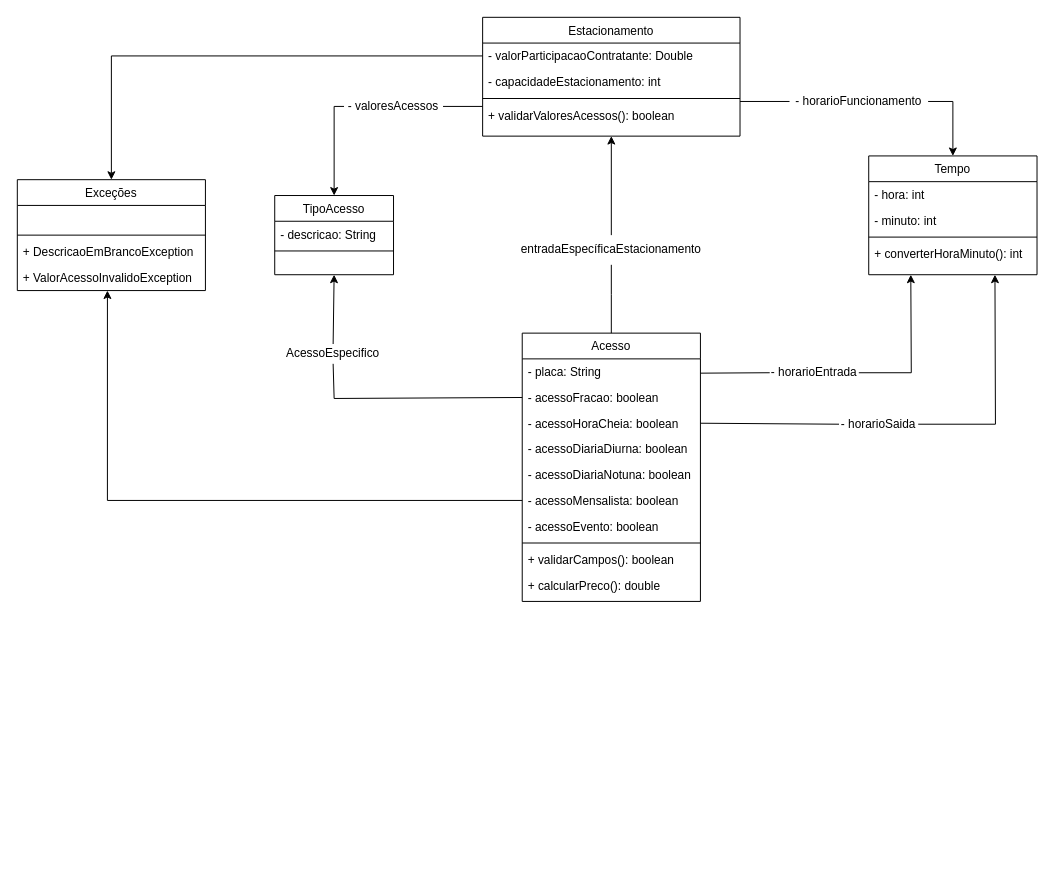
Earlier version of the draw.io diagram diagramas/diagrama-classes.drawio (rodwendrel/orientacao-objetos). Source tidied: cells renumbered, new cells numbered last; positions are measured from the earlier drawing's top-left corner, leaving out a move shared by most shapes. Both pictures are drawn from the tidied source at 99%, with x=0, y=0 at pixel (17, 17).
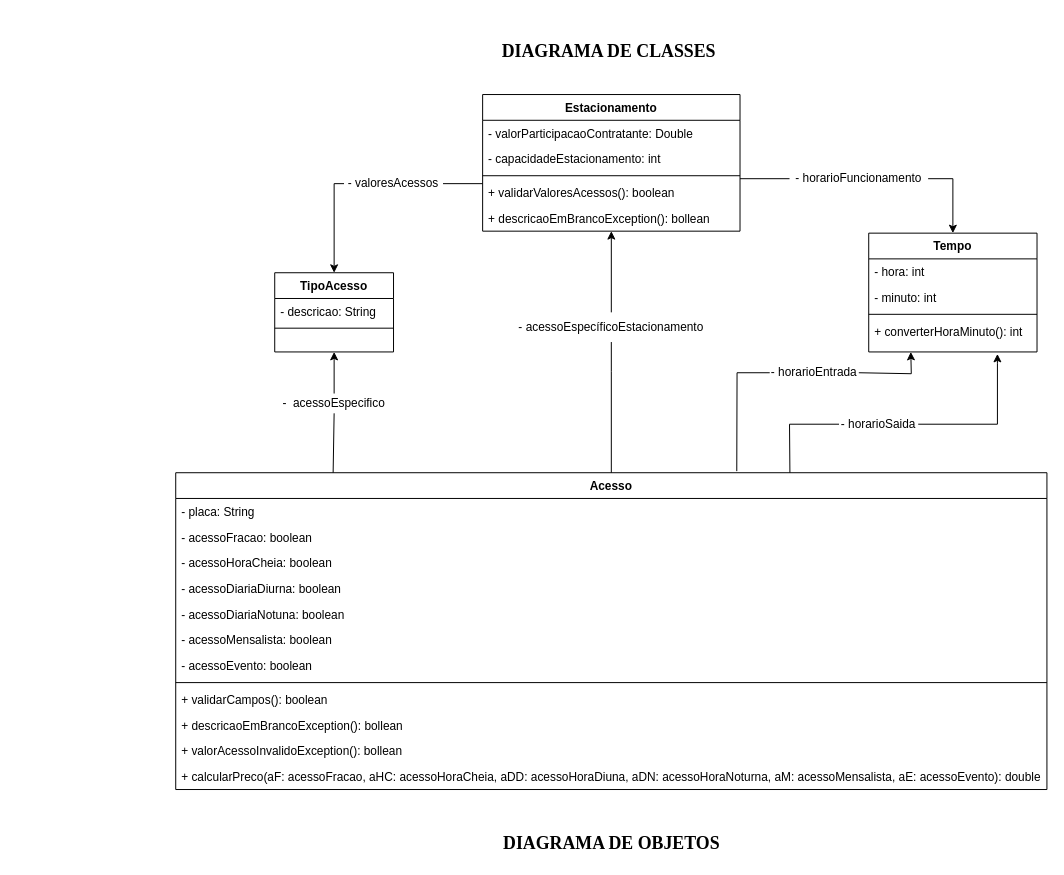
The same page after the edit.

The change refers to these unchanged cells:
```xml
<mxCell id="3" value="- valorParticipacaoContratante: Double" style="text;align=left;verticalAlign=top;spacingLeft=4;spacingRight=4;overflow=hidden;points=[[0,0.5],[1,0.5]];portConstraint=eastwest;rounded=0;shadow=0;html=0;" parent="2" vertex="1">
  <mxGeometry y="26" width="260" height="26" as="geometry" />
</mxCell>
<mxCell id="44" value="&lt;div&gt;- horarioEntrada&lt;/div&gt;" style="text;html=1;strokeColor=none;fillColor=none;align=center;verticalAlign=middle;whiteSpace=wrap;rounded=0;" parent="1" vertex="1">
  <mxGeometry x="760" y="344" width="90" height="30" as="geometry" />
</mxCell>
<mxCell id="46" value="- horarioSaida" style="text;html=1;strokeColor=none;fillColor=none;align=center;verticalAlign=middle;whiteSpace=wrap;rounded=0;" parent="1" vertex="1">
  <mxGeometry x="830" y="396" width="80" height="30" as="geometry" />
</mxCell>
```

Diff of the diagram source:
```diff
@@
-    <mxCell id="2" value="Estacionamento" style="swimlane;fontStyle=0;align=center;verticalAlign=top;horizontal=1;startSize=26;rounded=0;shadow=0;strokeWidth=1;" parent="1" vertex="1">
-      <mxGeometry x="470" width="260" height="120" as="geometry" />
+    <mxCell id="2" value="Estacionamento" style="swimlane;fontStyle=1;align=center;verticalAlign=top;horizontal=1;startSize=26;rounded=0;shadow=0;strokeWidth=1;" parent="1" vertex="1">
+      <mxGeometry x="470" y="78" width="260" height="138" as="geometry" />
     </mxCell>
@@
+    <mxCell id="52" value="+ descricaoEmBrancoException(): bollean" style="text;align=left;verticalAlign=top;spacingLeft=4;spacingRight=4;overflow=hidden;" parent="2" vertex="1">
+      <mxGeometry y="112" width="260" height="26" as="geometry" />
+    </mxCell>
-    <mxCell id="7" value="Acesso" style="swimlane;fontStyle=0;align=center;verticalAlign=top;horizontal=1;startSize=26;rounded=0;shadow=0;strokeWidth=1;" parent="1" vertex="1">
-      <mxGeometry x="510" y="319" width="180" height="271" as="geometry" />
+    <mxCell id="7" value="Acesso" style="swimlane;fontStyle=1;align=center;verticalAlign=top;horizontal=1;startSize=26;rounded=0;shadow=0;strokeWidth=1;" parent="1" vertex="1">
+      <mxGeometry x="160" y="460" width="880" height="320" as="geometry" />
     </mxCell>
     <mxCell id="8" value="- placa: String" style="text;align=left;verticalAlign=top;spacingLeft=4;spacingRight=4;overflow=hidden;points=[[0,0.5],[1,0.5]];portConstraint=eastwest;" parent="7" vertex="1">
-      <mxGeometry y="26" width="180" height="26" as="geometry" />
+      <mxGeometry y="26" width="880" height="26" as="geometry" />
     </mxCell>
     <mxCell id="9" value="- acessoFracao: boolean" style="text;align=left;verticalAlign=top;spacingLeft=4;spacingRight=4;overflow=hidden;" parent="7" vertex="1">
-      <mxGeometry y="52" width="180" height="26" as="geometry" />
+      <mxGeometry y="52" width="880" height="26" as="geometry" />
     </mxCell>
     <mxCell id="10" value="- acessoHoraCheia: boolean" style="text;align=left;verticalAlign=top;spacingLeft=4;spacingRight=4;overflow=hidden;" parent="7" vertex="1">
-      <mxGeometry y="78" width="180" height="26" as="geometry" />
+      <mxGeometry y="78" width="880" height="26" as="geometry" />
     </mxCell>
     <mxCell id="11" value="- acessoDiariaDiurna: boolean" style="text;align=left;verticalAlign=top;spacingLeft=4;spacingRight=4;overflow=hidden;" parent="7" vertex="1">
-      <mxGeometry y="104" width="180" height="26" as="geometry" />
+      <mxGeometry y="104" width="880" height="26" as="geometry" />
     </mxCell>
     <mxCell id="12" value="- acessoDiariaNotuna: boolean" style="text;align=left;verticalAlign=top;spacingLeft=4;spacingRight=4;overflow=hidden;" parent="7" vertex="1">
-      <mxGeometry y="130" width="180" height="26" as="geometry" />
+      <mxGeometry y="130" width="880" height="26" as="geometry" />
     </mxCell>
     <mxCell id="13" value="- acessoMensalista: boolean" style="text;align=left;verticalAlign=top;spacingLeft=4;spacingRight=4;overflow=hidden;points=[[0,0.5],[1,0.5]];portConstraint=eastwest;" parent="7" vertex="1">
-      <mxGeometry y="156" width="180" height="26" as="geometry" />
+      <mxGeometry y="156" width="880" height="26" as="geometry" />
     </mxCell>
     <mxCell id="14" value="- acessoEvento: boolean" style="text;align=left;verticalAlign=top;spacingLeft=4;spacingRight=4;overflow=hidden;" parent="7" vertex="1">
-      <mxGeometry y="182" width="180" height="26" as="geometry" />
+      <mxGeometry y="182" width="880" height="26" as="geometry" />
     </mxCell>
     <mxCell id="15" style="line;html=1;strokeWidth=1;align=left;verticalAlign=middle;spacingTop=-1;spacingLeft=3;spacingRight=3;labelPosition=right;" parent="7" vertex="1">
-      <mxGeometry y="208" width="180" height="8" as="geometry" />
+      <mxGeometry y="208" width="880" height="8" as="geometry" />
     </mxCell>
     <mxCell id="16" value="+ validarCampos(): boolean" style="text;align=left;verticalAlign=top;spacingLeft=4;spacingRight=4;overflow=hidden;" parent="7" vertex="1">
-      <mxGeometry y="216" width="180" height="26" as="geometry" />
+      <mxGeometry y="216" width="880" height="26" as="geometry" />
     </mxCell>
+    <mxCell id="53" value="+ descricaoEmBrancoException(): bollean" style="text;align=left;verticalAlign=top;spacingLeft=4;spacingRight=4;overflow=hidden;" parent="7" vertex="1">
+      <mxGeometry y="242" width="880" height="26" as="geometry" />
+    </mxCell>
+    <mxCell id="54" value="+ valorAcessoInvalidoException(): bollean" style="text;align=left;verticalAlign=top;spacingLeft=4;spacingRight=4;overflow=hidden;" parent="7" vertex="1">
+      <mxGeometry y="268" width="880" height="26" as="geometry" />
+    </mxCell>
-    <mxCell id="17" value="+ calcularPreco(): double" style="text;align=left;verticalAlign=top;spacingLeft=4;spacingRight=4;overflow=hidden;" parent="7" vertex="1">
-      <mxGeometry y="242" width="180" height="26" as="geometry" />
+    <mxCell id="17" value="+ calcularPreco(aF: acessoFracao, aHC: acessoHoraCheia, aDD: acessoHoraDiuna, aDN: acessoHoraNoturna, aM: acessoMensalista, aE: acessoEvento): double" style="text;align=left;verticalAlign=top;spacingLeft=4;spacingRight=4;overflow=hidden;" parent="7" vertex="1">
+      <mxGeometry y="294" width="880" height="26" as="geometry" />
     </mxCell>
-    <mxCell id="18" value="Exceções" style="swimlane;fontStyle=0;align=center;verticalAlign=top;horizontal=1;startSize=26;rounded=0;shadow=0;strokeWidth=1;" parent="1" vertex="1">
-      <mxGeometry y="164" width="190" height="112" as="geometry" />
-    </mxCell>
-    <mxCell id="19" value=" " style="text;align=left;verticalAlign=top;spacingLeft=4;spacingRight=4;overflow=hidden;" parent="18" vertex="1">
-      <mxGeometry y="26" width="190" height="26" as="geometry" />
-    </mxCell>
-    <mxCell id="20" style="line;html=1;strokeWidth=1;align=left;verticalAlign=middle;spacingTop=-1;spacingLeft=3;spacingRight=3;labelPosition=right;" parent="18" vertex="1">
-      <mxGeometry y="52" width="190" height="8" as="geometry" />
-    </mxCell>
-    <mxCell id="21" value="+ DescricaoEmBrancoException" style="text;align=left;verticalAlign=top;spacingLeft=4;spacingRight=4;overflow=hidden;" parent="18" vertex="1">
-      <mxGeometry y="60" width="190" height="26" as="geometry" />
-    </mxCell>
-    <mxCell id="22" value="+ ValorAcessoInvalidoException" style="text;align=left;verticalAlign=top;spacingLeft=4;spacingRight=4;overflow=hidden;points=[[0,0.5],[1,0.5]];portConstraint=eastwest;" parent="18" vertex="1">
-      <mxGeometry y="86" width="190" height="26" as="geometry" />
-    </mxCell>
-    <mxCell id="23" value="Tempo" style="swimlane;fontStyle=0;align=center;verticalAlign=top;horizontal=1;startSize=26;rounded=0;shadow=0;strokeWidth=1;" parent="1" vertex="1">
-      <mxGeometry x="860" y="140" width="170" height="120" as="geometry" />
+    <mxCell id="23" value="Tempo" style="swimlane;fontStyle=1;align=center;verticalAlign=top;horizontal=1;startSize=26;rounded=0;shadow=0;strokeWidth=1;" parent="1" vertex="1">
+      <mxGeometry x="860" y="218" width="170" height="120" as="geometry" />
     </mxCell>
@@
     <mxCell id="28" style="endArrow=none;html=1;rounded=0;exitX=0;exitY=0.5;exitDx=0;exitDy=0;" parent="1" edge="1" source="29">
       <mxGeometry relative="1" as="geometry">
-        <mxPoint x="730" y="85" as="targetPoint" />
+        <mxPoint x="730" y="163" as="targetPoint" />
       </mxGeometry>
     </mxCell>
     <mxCell id="29" value="- horarioFuncionamento" style="text;html=1;strokeColor=none;fillColor=none;align=center;verticalAlign=middle;whiteSpace=wrap;rounded=0;" parent="1" vertex="1">
-      <mxGeometry x="780" y="75" width="140" height="20" as="geometry" />
+      <mxGeometry x="780" y="153" width="140" height="20" as="geometry" />
     </mxCell>
     <mxCell id="30" value="- valoresAcessos" style="text;html=1;strokeColor=none;fillColor=none;align=center;verticalAlign=middle;whiteSpace=wrap;rounded=0;" parent="1" vertex="1">
-      <mxGeometry x="330" y="75" width="100" height="30" as="geometry" />
+      <mxGeometry x="330" y="153" width="100" height="30" as="geometry" />
     </mxCell>
     <mxCell id="31" style="endArrow=none;html=1;rounded=0;exitX=1;exitY=0.5;exitDx=0;exitDy=0;" parent="1" edge="1" source="30">
       <mxGeometry relative="1" as="geometry">
-        <mxPoint x="470" y="90" as="targetPoint" />
+        <mxPoint x="470" y="168" as="targetPoint" />
       </mxGeometry>
     </mxCell>
-    <mxCell id="32" value="entradaEspecíficaEstacionamento" style="text;html=1;strokeColor=none;fillColor=none;align=center;verticalAlign=middle;whiteSpace=wrap;rounded=0;" parent="1" vertex="1">
-      <mxGeometry x="570" y="220" width="60" height="30" as="geometry" />
+    <mxCell id="32" value="- acessoEspecíficoEstacionamento" style="text;html=1;strokeColor=none;fillColor=none;align=center;verticalAlign=middle;whiteSpace=wrap;rounded=0;" parent="1" vertex="1">
+      <mxGeometry x="500" y="298" width="200" height="30" as="geometry" />
     </mxCell>
-    <mxCell id="33" value="AcessoEspecifico" style="text;html=1;strokeColor=none;fillColor=none;align=center;verticalAlign=middle;whiteSpace=wrap;rounded=0;" parent="1" vertex="1">
-      <mxGeometry x="289" y="330" width="60" height="20" as="geometry" />
+    <mxCell id="33" value="-&amp;nbsp; acessoEspecifico" style="text;html=1;strokeColor=none;fillColor=none;align=center;verticalAlign=middle;whiteSpace=wrap;rounded=0;" parent="1" vertex="1">
+      <mxGeometry x="265" y="380" width="110" height="20" as="geometry" />
     </mxCell>
     <mxCell id="34" style="endArrow=none;html=1;rounded=0;entryX=0.5;entryY=0;entryDx=0;entryDy=0;exitX=0.5;exitY=1;exitDx=0;exitDy=0;" parent="1" edge="1" source="32" target="7">
       <mxGeometry relative="1" as="geometry">
         <Array as="points">
-          <mxPoint x="600" y="280" />
+          <mxPoint x="600" y="358" />
         </Array>
       </mxGeometry>
     </mxCell>
@@
-    <mxCell id="36" style="endArrow=none;html=1;rounded=0;entryX=0.5;entryY=1;entryDx=0;entryDy=0;exitX=0;exitY=0.5;exitDx=0;exitDy=0;" parent="1" edge="1" target="33">
+    <mxCell id="36" style="endArrow=none;html=1;rounded=0;entryX=0.5;entryY=1;entryDx=0;entryDy=0;" parent="1" edge="1" target="33">
       <mxGeometry relative="1" as="geometry">
-        <mxPoint x="510" y="384" as="sourcePoint" />
-        <Array as="points">
-          <mxPoint x="320" y="385" />
-        </Array>
+        <mxPoint x="319" y="460" as="sourcePoint" />
       </mxGeometry>
     </mxCell>
@@
-    <mxCell id="38" value="TipoAcesso" style="swimlane;fontStyle=0;align=center;verticalAlign=top;horizontal=1;startSize=26;rounded=0;shadow=0;strokeWidth=1;" parent="1" vertex="1">
-      <mxGeometry x="260" y="180" width="120" height="80" as="geometry" />
+    <mxCell id="38" value="TipoAcesso" style="swimlane;fontStyle=1;align=center;verticalAlign=top;horizontal=1;startSize=26;rounded=0;shadow=0;strokeWidth=1;" parent="1" vertex="1">
+      <mxGeometry x="260" y="258" width="120" height="80" as="geometry" />
     </mxCell>
@@
     <mxCell id="42" style="endArrow=classic;html=1;rounded=0;exitX=1;exitY=0.5;exitDx=0;exitDy=0;entryX=0.25;entryY=1;entryDx=0;entryDy=0;" parent="1" edge="1" source="44" target="23">
       <mxGeometry relative="1" as="geometry">
         <Array as="points">
-          <mxPoint x="903" y="359" />
+          <mxPoint x="903" y="360" />
         </Array>
       </mxGeometry>
     </mxCell>
-    <mxCell id="43" style="endArrow=classic;html=1;rounded=0;exitX=1;exitY=0.5;exitDx=0;exitDy=0;entryX=0.75;entryY=1;entryDx=0;entryDy=0;" parent="1" edge="1" source="46" target="23">
+    <mxCell id="43" style="endArrow=classic;html=1;rounded=0;exitX=1;exitY=0.5;exitDx=0;exitDy=0;" parent="1" edge="1" source="46">
       <mxGeometry relative="1" as="geometry">
+        <mxPoint x="990" y="340" as="targetPoint" />
         <Array as="points">
-          <mxPoint x="988" y="411" />
+          <mxPoint x="990" y="411" />
+          <mxPoint x="990" y="350" />
         </Array>
       </mxGeometry>
     </mxCell>
@@
-    <mxCell id="45" style="endArrow=none;html=1;rounded=0;exitX=1;exitY=0.555;exitDx=0;exitDy=0;entryX=0;entryY=0.5;entryDx=0;entryDy=0;exitPerimeter=0;" parent="1" edge="1" source="8" target="44">
-      <mxGeometry relative="1" as="geometry" />
-    </mxCell>
@@
-    <mxCell id="47" style="endArrow=none;html=1;rounded=0;exitX=1;exitY=0.5;exitDx=0;exitDy=0;entryX=0;entryY=0.5;entryDx=0;entryDy=0;" parent="1" edge="1" target="46">
-      <mxGeometry relative="1" as="geometry">
-        <mxPoint x="690" y="410" as="sourcePoint" />
-      </mxGeometry>
-    </mxCell>
     <mxCell id="48" style="endArrow=classic;html=1;rounded=0;entryX=0.5;entryY=0;entryDx=0;entryDy=0;exitX=1;exitY=0.5;exitDx=0;exitDy=0;" parent="1" edge="1" source="29" target="23">
       <mxGeometry relative="1" as="geometry">
         <Array as="points">
-          <mxPoint x="945" y="85" />
+          <mxPoint x="945" y="163" />
         </Array>
       </mxGeometry>
     </mxCell>
     <mxCell id="49" style="endArrow=classic;html=1;rounded=0;entryX=0.5;entryY=0;entryDx=0;entryDy=0;exitX=0;exitY=0.5;exitDx=0;exitDy=0;" parent="1" edge="1" source="30" target="38">
       <mxGeometry relative="1" as="geometry">
         <Array as="points">
-          <mxPoint x="320" y="90" />
+          <mxPoint x="320" y="168" />
         </Array>
       </mxGeometry>
     </mxCell>
-    <mxCell id="50" style="edgeStyle=orthogonalEdgeStyle;rounded=0;jettySize=auto;html=1;entryX=0.479;entryY=1;entryDx=0;entryDy=0;entryPerimeter=0;" parent="1" edge="1" source="13" target="22">
-      <mxGeometry relative="1" as="geometry" />
-    </mxCell>
-    <mxCell id="51" style="edgeStyle=orthogonalEdgeStyle;rounded=0;jettySize=auto;html=1;entryX=0.5;entryY=0;entryDx=0;entryDy=0;" parent="1" edge="1" source="3" target="18">
-      <mxGeometry relative="1" as="geometry" />
-    </mxCell>
+    <mxCell id="55" style="endArrow=none;html=1;rounded=0;entryX=0;entryY=0.5;entryDx=0;entryDy=0;exitX=0.644;exitY=-0.005;exitDx=0;exitDy=0;exitPerimeter=0;" parent="1" edge="1" source="7" target="44">
+      <mxGeometry relative="1" as="geometry">
+        <Array as="points">
+          <mxPoint x="727" y="359" />
+        </Array>
+      </mxGeometry>
+    </mxCell>
+    <mxCell id="56" value="&lt;b&gt;&lt;font face=&quot;Times New Roman&quot; style=&quot;font-size: 18px;&quot;&gt;DIAGRAMA DE CLASSES&amp;nbsp;&lt;/font&gt;&lt;/b&gt;" style="text;strokeColor=none;align=center;fillColor=none;html=1;verticalAlign=middle;whiteSpace=wrap;rounded=0;" parent="1" vertex="1">
+      <mxGeometry x="440" y="20" width="320" height="30" as="geometry" />
+    </mxCell>
+    <mxCell id="57" style="endArrow=none;html=1;rounded=0;entryX=0;entryY=0.5;entryDx=0;entryDy=0;exitX=0.705;exitY=0;exitDx=0;exitDy=0;exitPerimeter=0;" parent="1" edge="1" source="7" target="46">
+      <mxGeometry relative="1" as="geometry">
+        <Array as="points">
+          <mxPoint x="780" y="411" />
+        </Array>
+      </mxGeometry>
+    </mxCell>
+    <mxCell id="58" value="&lt;font face=&quot;Times New Roman&quot; style=&quot;font-size: 18px;&quot;&gt;&lt;b&gt;DIAGRAMA DE OBJETOS&lt;/b&gt;&lt;/font&gt;" style="text;strokeColor=none;align=center;fillColor=none;html=1;verticalAlign=middle;whiteSpace=wrap;rounded=0;" parent="1" vertex="1">
+      <mxGeometry x="482.5" y="820" width="235" height="30" as="geometry" />
+    </mxCell>
```
